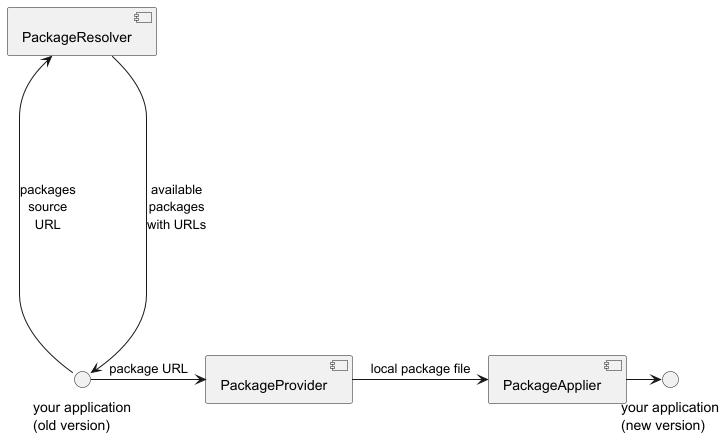
Above: docs/target/c2.png in olepoeschl/Upme (PlantUML), before the change.
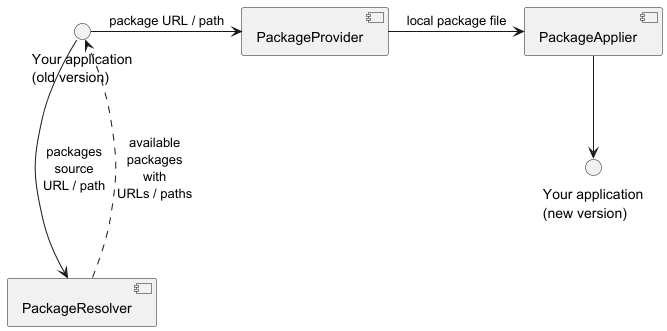
After the commit.

Change to the diagram source:
```diff
@@ -1,17 +1,16 @@
 @startuml
-
-skinparam backgroundColor transparent
+skinparam linetype ortho // orthogonal lines for cleaner routing
 
 [PackageResolver] as resolver
 [PackageProvider] as provider
 [PackageApplier] as applier
-() "your application\n(old version)" as old
-() "your application\n(new version)" as new
+() "Your application\n(old version)" as old
+() "Your application\n(new version)" as new
 
-old -left---> resolver : "packages\nsource\nURL"
-resolver -----> old : "available\npackages\nwith URLs"
-old -right-> provider : "package URL"
+old --> resolver : "packages\nsource\nURL / path"
+resolver ...> old : "available\npackages\nwith\nURLs / paths"
+old -right-> provider : "package URL / path"
 provider -right-> applier : "local package file"
-applier -right-> new
+applier --> new
 
 @enduml
```
